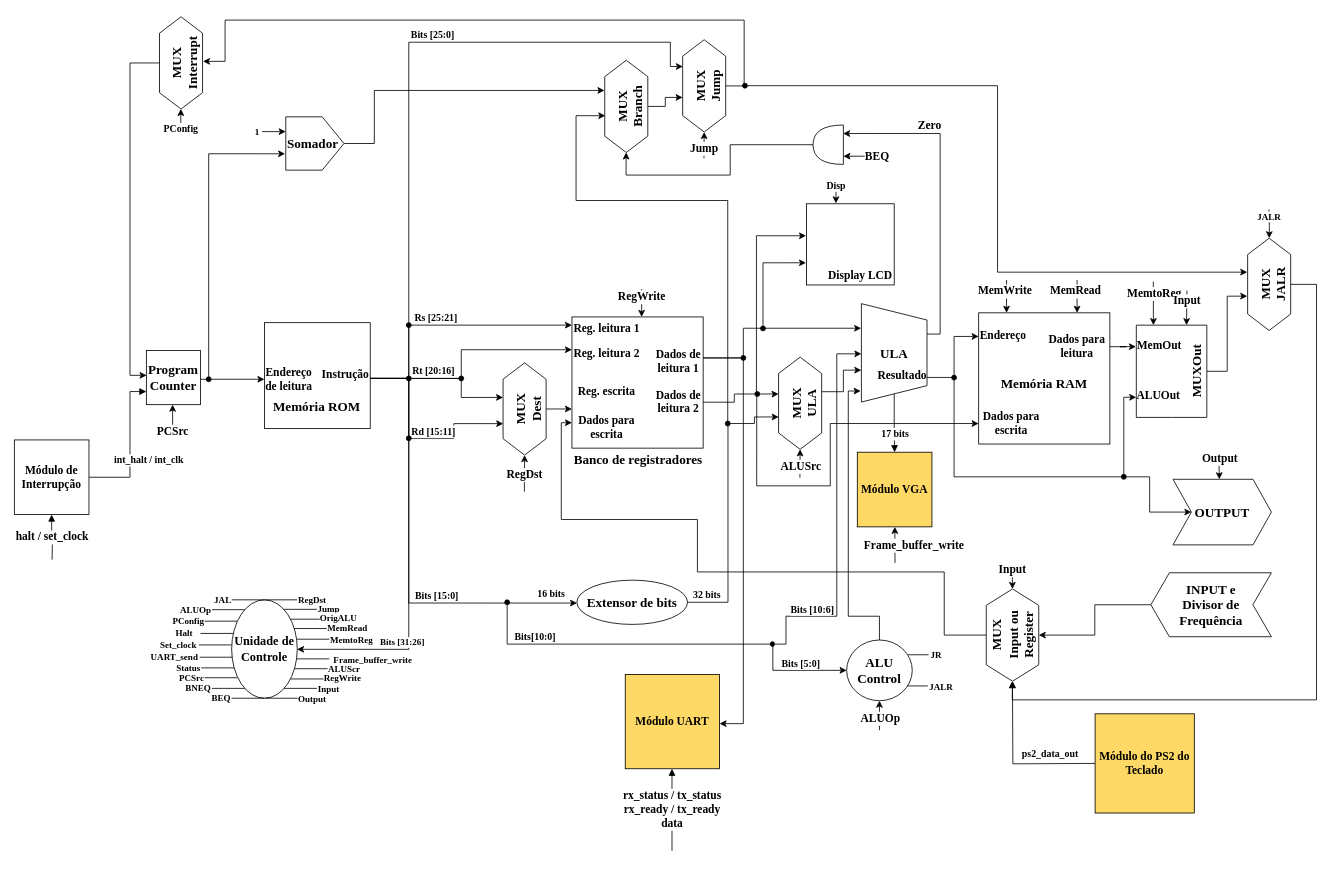
This is page "Datapath" (1 of 9) of schematics/projeto-final-lab-CoDi.drawio from ferdamarc/Projeto-ComunicacaoDigital, a draw.io file, before an edit. Source tidied: cells renumbered, new cells numbered last; positions are measured from the earlier drawing's top-left corner, leaving out a move shared by most shapes. Both pictures are drawn from the tidied source at 82%, with x=0, y=0 at pixel (14, 20).
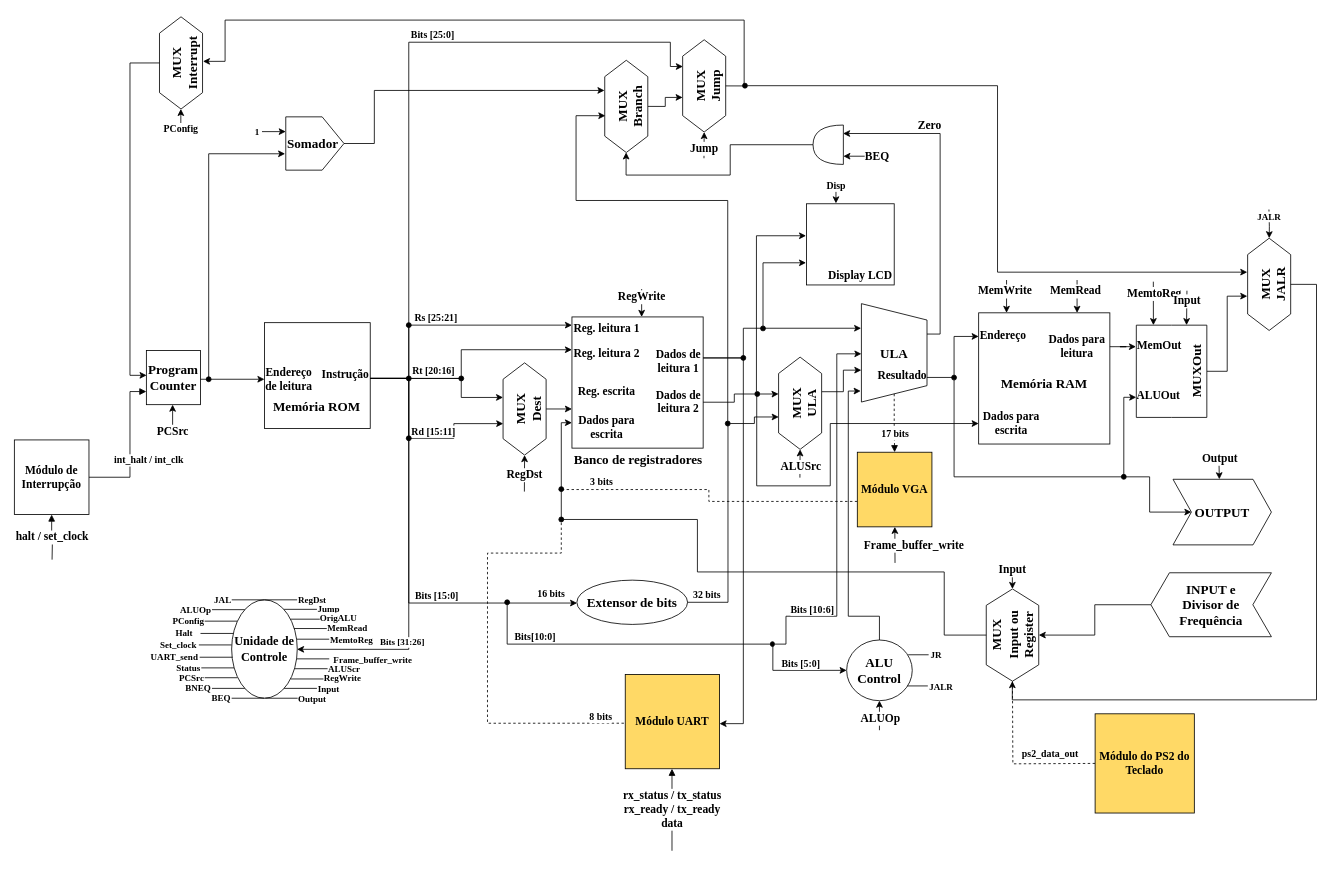
The same page after the edit.

The change refers to these unchanged cells:
```xml
<mxCell id="5" value="&lt;span&gt;ULA&lt;/span&gt;" style="shape=trapezoid;perimeter=trapezoidPerimeter;whiteSpace=wrap;html=1;fixedSize=1;rotation=90;fontFamily=Times New Roman;horizontal=0;fontSize=16;fontStyle=1;" parent="1" vertex="1">
  <mxGeometry x="1013" y="365.8" width="120" height="80" as="geometry" />
</mxCell>
<mxCell id="187" value="Módulo VGA" style="whiteSpace=wrap;html=1;fontFamily=Times New Roman;fontStyle=1;fontSize=14;fillColor=#FFD966;" parent="1" vertex="1">
  <mxGeometry x="1028" y="527" width="91" height="91" as="geometry" />
</mxCell>
<mxCell id="190" value="Módulo UART" style="whiteSpace=wrap;html=1;fontFamily=Times New Roman;fontStyle=1;fontSize=14;fillColor=#FFD966;" parent="1" vertex="1">
  <mxGeometry x="745" y="798" width="115" height="115" as="geometry" />
</mxCell>
```

Diff of the diagram source:
```diff
@@
-    <mxCell id="177" value="17 bits" style="edgeStyle=orthogonalEdgeStyle;rounded=0;html=1;strokeColor=#000000;fontColor=#000000;fontSize=12;endArrow=block;endFill=1;fontStyle=1;fontFamily=Times New Roman;" parent="1" edge="1" source="5" target="187">
+    <mxCell id="177" value="&lt;div&gt;17 bits&lt;/div&gt;" style="edgeStyle=orthogonalEdgeStyle;rounded=0;html=1;strokeColor=#000000;fontColor=#000000;fontSize=12;endArrow=block;endFill=1;fontStyle=1;fontFamily=Times New Roman;dashed=1;" parent="1" edge="1" source="5" target="187">
       <mxGeometry x="0.39" relative="1" as="geometry" />
     </mxCell>
@@
-    <mxCell id="179" value="&lt;font style=&quot;font-size: 12px;&quot; face=&quot;Times New Roman&quot;&gt;&lt;b&gt;ps2_data_out&lt;/b&gt;&lt;/font&gt;" style="edgeStyle=orthogonalEdgeStyle;rounded=0;html=1;strokeColor=#000000;fontColor=#000000;fontSize=10;endArrow=block;endFill=1;" parent="1" edge="1">
+    <mxCell id="179" value="&lt;font style=&quot;font-size: 12px;&quot; face=&quot;Times New Roman&quot;&gt;&lt;b&gt;ps2_data_out&lt;/b&gt;&lt;/font&gt;" style="edgeStyle=orthogonalEdgeStyle;rounded=0;html=1;strokeColor=#000000;fontColor=#000000;fontSize=10;endArrow=none;endFill=0;dashed=1;" parent="1" edge="1">
       <mxGeometry x="-0.45" y="-12" relative="1" as="geometry">
         <mxPoint x="1318" y="906.5" as="sourcePoint" />
         <mxPoint x="1217.2" y="806.2" as="targetPoint" />
       </mxGeometry>
     </mxCell>
@@
+    <mxCell id="194" style="edgeStyle=orthogonalEdgeStyle;rounded=0;jettySize=auto;html=1;dashed=1;endArrow=none;endFill=0;" parent="1" edge="1" source="187">
+      <mxGeometry relative="1" as="geometry">
+        <mxPoint x="666.6" y="572.5" as="targetPoint" />
+        <Array as="points">
+          <mxPoint x="847" y="587" />
+          <mxPoint x="847" y="573" />
+        </Array>
+      </mxGeometry>
+    </mxCell>
+    <mxCell id="195" value="&lt;font face=&quot;Times New Roman&quot; style=&quot;font-size: 12px;&quot;&gt;3 bits&lt;/font&gt;" style="edgeLabel;html=1;align=center;verticalAlign=middle;fontStyle=1;" parent="194" vertex="1">
+      <mxGeometry x="0.7" relative="1" as="geometry">
+        <mxPoint x="-7" y="-9" as="offset" />
+      </mxGeometry>
+    </mxCell>
@@
+    <mxCell id="196" style="endArrow=none;html=1;rounded=0;exitX=-0.014;exitY=0.517;exitDx=0;exitDy=0;exitPerimeter=0;edgeStyle=orthogonalEdgeStyle;dashed=1;endFill=0;" parent="1" edge="1" source="190">
+      <mxGeometry relative="1" as="geometry">
+        <mxPoint x="667" y="609" as="targetPoint" />
+        <Array as="points">
+          <mxPoint x="577" y="858" />
+          <mxPoint x="577" y="650" />
+          <mxPoint x="667" y="650" />
+        </Array>
+      </mxGeometry>
+    </mxCell>
+    <mxCell id="197" value="&lt;font face=&quot;Times New Roman&quot; style=&quot;font-size: 12px;&quot;&gt;&lt;b&gt;8 bits&lt;/b&gt;&lt;/font&gt;" style="edgeLabel;html=1;align=center;verticalAlign=middle;" parent="196" vertex="1">
+      <mxGeometry x="0.65" y="2" relative="1" as="geometry">
+        <mxPoint x="94" y="201" as="offset" />
+      </mxGeometry>
+    </mxCell>
+    <mxCell id="198" style="ellipse;fillColor=strokeColor;html=1;fontFamily=Times New Roman;fontStyle=1;" parent="1" vertex="1">
+      <mxGeometry x="664" y="606" width="6" height="6" as="geometry" />
+    </mxCell>
+    <mxCell id="199" style="ellipse;fillColor=strokeColor;html=1;fontFamily=Times New Roman;fontStyle=1;" parent="1" vertex="1">
+      <mxGeometry x="664" y="569" width="6" height="6" as="geometry" />
+    </mxCell>
```
